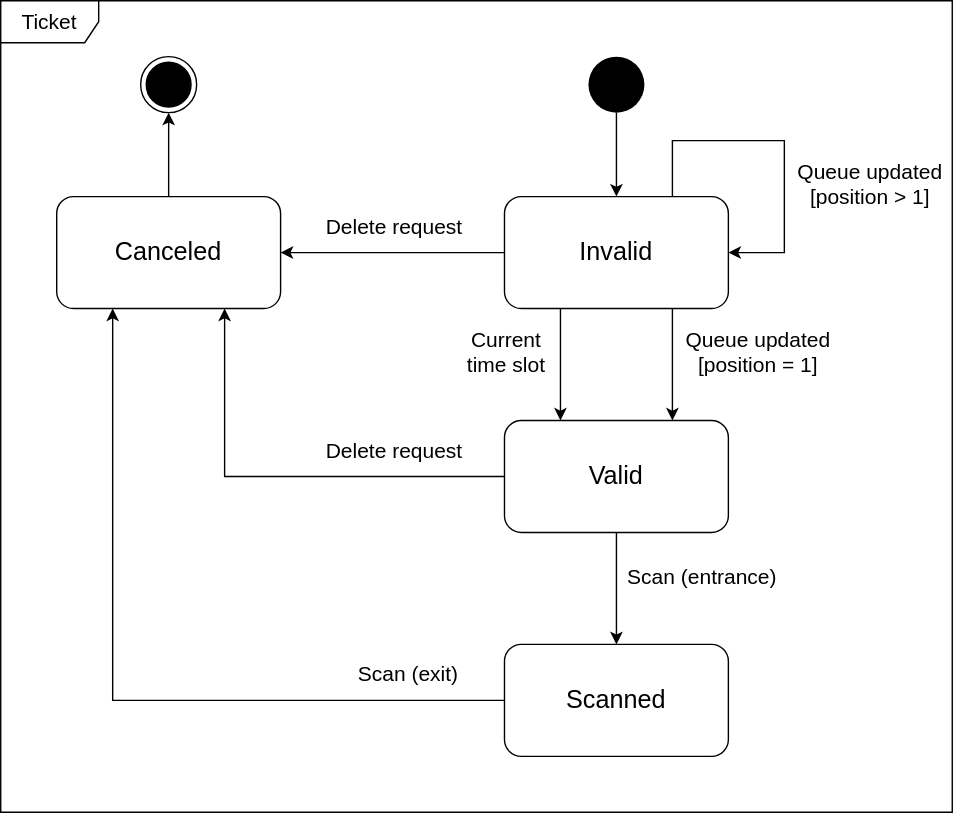
The draw.io diagram assets/state_diagrams/ticket_state.svg in ferrohd/CLup, before a commit. Source tidied: cells renumbered, new cells last; positions are measured from the earlier drawing's top-left corner, leaving out a move shared by most shapes. Source of this version:
```xml
<mxGraphModel>
  <root>
    <mxCell id="0" />
    <mxCell id="1" parent="0" />
    <mxCell id="2" value="Ticket" style="shape=umlFrame;whiteSpace=wrap;html=1;fontSize=15;width=70;height=30;" parent="1" vertex="1">
      <mxGeometry width="680" height="580" as="geometry" />
    </mxCell>
    <mxCell id="3" style="edgeStyle=orthogonalEdgeStyle;rounded=0;jettySize=auto;html=1;exitX=0.5;exitY=1;exitDx=0;exitDy=0;entryX=0.5;entryY=0;entryDx=0;entryDy=0;" parent="1" edge="1" source="4" target="11">
      <mxGeometry relative="1" as="geometry" />
    </mxCell>
    <mxCell id="4" style="ellipse;fillColor=#000000;strokeColor=none;fontSize=15;" parent="1" vertex="1">
      <mxGeometry x="420" y="40" width="40" height="40" as="geometry" />
    </mxCell>
    <mxCell id="5" style="edgeStyle=orthogonalEdgeStyle;rounded=0;jettySize=auto;html=1;exitX=0;exitY=0.5;exitDx=0;exitDy=0;entryX=1;entryY=0.5;entryDx=0;entryDy=0;" parent="1" edge="1" source="11" target="20">
      <mxGeometry relative="1" as="geometry" />
    </mxCell>
    <mxCell id="6" value="Delete request" style="edgeLabel;html=1;align=center;verticalAlign=middle;fontSize=15;" parent="5" vertex="1">
      <mxGeometry x="-0.33" relative="1" as="geometry">
        <mxPoint x="-26" y="-20" as="offset" />
      </mxGeometry>
    </mxCell>
    <mxCell id="7" style="edgeStyle=orthogonalEdgeStyle;rounded=0;jettySize=auto;html=1;exitX=0.25;exitY=1;exitDx=0;exitDy=0;entryX=0.25;entryY=0;entryDx=0;entryDy=0;" parent="1" edge="1" source="11" target="15">
      <mxGeometry relative="1" as="geometry" />
    </mxCell>
    <mxCell id="8" value="Current&lt;br&gt;time slot" style="edgeLabel;html=1;align=center;verticalAlign=middle;fontSize=15;" parent="7" vertex="1">
      <mxGeometry x="-0.33" y="-3" relative="1" as="geometry">
        <mxPoint x="-37" y="3" as="offset" />
      </mxGeometry>
    </mxCell>
    <mxCell id="9" style="edgeStyle=orthogonalEdgeStyle;rounded=0;jettySize=auto;html=1;exitX=0.75;exitY=1;exitDx=0;exitDy=0;entryX=0.75;entryY=0;entryDx=0;entryDy=0;" parent="1" edge="1" source="11" target="15">
      <mxGeometry relative="1" as="geometry" />
    </mxCell>
    <mxCell id="10" value="Queue updated&lt;br style=&quot;font-size: 15px;&quot;&gt;[position = 1]" style="edgeLabel;html=1;align=center;verticalAlign=middle;fontSize=15;" parent="9" vertex="1">
      <mxGeometry x="-0.42" y="2" relative="1" as="geometry">
        <mxPoint x="58" y="7" as="offset" />
      </mxGeometry>
    </mxCell>
    <mxCell id="11" value="Invalid" style="rounded=1;whiteSpace=wrap;html=1;fontSize=18;" parent="1" vertex="1">
      <mxGeometry x="360" y="140" width="160" height="80" as="geometry" />
    </mxCell>
    <mxCell id="12" style="edgeStyle=orthogonalEdgeStyle;rounded=0;jettySize=auto;html=1;exitX=0.5;exitY=1;exitDx=0;exitDy=0;entryX=0.5;entryY=0;entryDx=0;entryDy=0;" parent="1" edge="1" source="15" target="18">
      <mxGeometry relative="1" as="geometry" />
    </mxCell>
    <mxCell id="13" value="Scan (entrance)" style="edgeLabel;html=1;align=center;verticalAlign=middle;fontSize=15;" parent="12" vertex="1">
      <mxGeometry x="-0.11" y="5" relative="1" as="geometry">
        <mxPoint x="55" y="-6" as="offset" />
      </mxGeometry>
    </mxCell>
    <mxCell id="14" style="edgeStyle=orthogonalEdgeStyle;rounded=0;jettySize=auto;html=1;exitX=0;exitY=0.5;exitDx=0;exitDy=0;entryX=0.75;entryY=1;entryDx=0;entryDy=0;" parent="1" edge="1" source="15" target="20">
      <mxGeometry relative="1" as="geometry" />
    </mxCell>
    <mxCell id="15" value="Valid" style="rounded=1;whiteSpace=wrap;html=1;fontSize=18;" parent="1" vertex="1">
      <mxGeometry x="360" y="300" width="160" height="80" as="geometry" />
    </mxCell>
    <mxCell id="16" style="edgeStyle=orthogonalEdgeStyle;rounded=0;jettySize=auto;html=1;exitX=0;exitY=0.5;exitDx=0;exitDy=0;entryX=0.25;entryY=1;entryDx=0;entryDy=0;" parent="1" edge="1" source="18" target="20">
      <mxGeometry relative="1" as="geometry">
        <Array as="points">
          <mxPoint x="80" y="500" />
        </Array>
      </mxGeometry>
    </mxCell>
    <mxCell id="17" value="Scan (exit)" style="edgeLabel;html=1;align=center;verticalAlign=middle;fontSize=15;" parent="16" vertex="1">
      <mxGeometry x="0.43" y="2" relative="1" as="geometry">
        <mxPoint x="212" y="101" as="offset" />
      </mxGeometry>
    </mxCell>
    <mxCell id="18" value="Scanned" style="rounded=1;whiteSpace=wrap;html=1;fontSize=18;" parent="1" vertex="1">
      <mxGeometry x="360" y="460" width="160" height="80" as="geometry" />
    </mxCell>
    <mxCell id="19" style="edgeStyle=orthogonalEdgeStyle;rounded=0;jettySize=auto;html=1;exitX=0.5;exitY=0;exitDx=0;exitDy=0;" parent="1" edge="1" source="20" target="21">
      <mxGeometry relative="1" as="geometry" />
    </mxCell>
    <mxCell id="20" value="Canceled" style="rounded=1;whiteSpace=wrap;html=1;fontSize=18;" parent="1" vertex="1">
      <mxGeometry x="40" y="140" width="160" height="80" as="geometry" />
    </mxCell>
    <mxCell id="21" style="ellipse;html=1;shape=endState;fillColor=#000000;strokeColor=#000000;" parent="1" vertex="1">
      <mxGeometry x="100" y="40" width="40" height="40" as="geometry" />
    </mxCell>
    <mxCell id="22" style="edgeStyle=orthogonalEdgeStyle;rounded=0;orthogonalLoop=1;jettySize=auto;html=1;exitX=0.75;exitY=0;exitDx=0;exitDy=0;entryX=1;entryY=0.5;entryDx=0;entryDy=0;" parent="1" edge="1" source="11" target="11">
      <mxGeometry relative="1" as="geometry">
        <Array as="points">
          <mxPoint x="480" y="100" />
          <mxPoint x="560" y="100" />
          <mxPoint x="560" y="180" />
        </Array>
      </mxGeometry>
    </mxCell>
    <mxCell id="23" value="Queue updated&lt;br style=&quot;font-size: 15px;&quot;&gt;[position &amp;gt; 1]" style="edgeLabel;html=1;align=center;verticalAlign=middle;fontSize=15;" parent="22" vertex="1">
      <mxGeometry x="0.17" y="1" relative="1" as="geometry">
        <mxPoint x="59" y="9" as="offset" />
      </mxGeometry>
    </mxCell>
    <mxCell id="24" value="Delete request" style="edgeLabel;html=1;align=center;verticalAlign=middle;fontSize=15;" parent="1" vertex="1">
      <mxGeometry x="280" y="320" as="geometry" />
    </mxCell>
  </root>
</mxGraphModel>
```
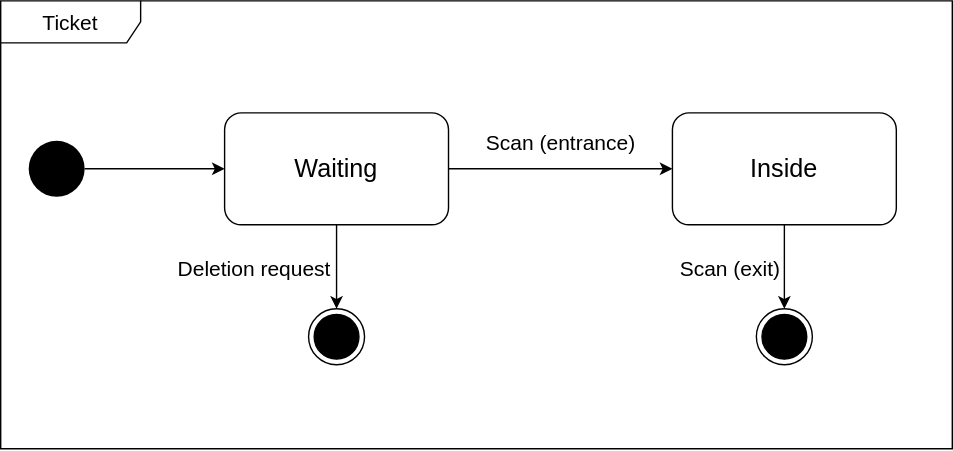
Later version of the same file.

Commit message:
Edited scenarios and ticket state chart, added alloy code in assets

What changed in the source:
```diff
@@ -2,96 +2,48 @@
   <root>
     <mxCell id="0" />
     <mxCell id="1" parent="0" />
-    <mxCell id="2" value="Ticket" style="shape=umlFrame;whiteSpace=wrap;html=1;fontSize=15;width=70;height=30;" parent="1" vertex="1">
-      <mxGeometry width="680" height="580" as="geometry" />
+    <mxCell id="2" value="Ticket" style="shape=umlFrame;whiteSpace=wrap;html=1;fontSize=15;width=100;height=30;" parent="1" vertex="1">
+      <mxGeometry width="680" height="320" as="geometry" />
     </mxCell>
-    <mxCell id="3" style="edgeStyle=orthogonalEdgeStyle;rounded=0;jettySize=auto;html=1;exitX=0.5;exitY=1;exitDx=0;exitDy=0;entryX=0.5;entryY=0;entryDx=0;entryDy=0;" parent="1" edge="1" source="4" target="11">
-      <mxGeometry relative="1" as="geometry" />
-    </mxCell>
-    <mxCell id="4" style="ellipse;fillColor=#000000;strokeColor=none;fontSize=15;" parent="1" vertex="1">
-      <mxGeometry x="420" y="40" width="40" height="40" as="geometry" />
-    </mxCell>
-    <mxCell id="5" style="edgeStyle=orthogonalEdgeStyle;rounded=0;jettySize=auto;html=1;exitX=0;exitY=0.5;exitDx=0;exitDy=0;entryX=1;entryY=0.5;entryDx=0;entryDy=0;" parent="1" edge="1" source="11" target="20">
-      <mxGeometry relative="1" as="geometry" />
-    </mxCell>
-    <mxCell id="6" value="Delete request" style="edgeLabel;html=1;align=center;verticalAlign=middle;fontSize=15;" parent="5" vertex="1">
-      <mxGeometry x="-0.33" relative="1" as="geometry">
-        <mxPoint x="-26" y="-20" as="offset" />
-      </mxGeometry>
-    </mxCell>
-    <mxCell id="7" style="edgeStyle=orthogonalEdgeStyle;rounded=0;jettySize=auto;html=1;exitX=0.25;exitY=1;exitDx=0;exitDy=0;entryX=0.25;entryY=0;entryDx=0;entryDy=0;" parent="1" edge="1" source="11" target="15">
-      <mxGeometry relative="1" as="geometry" />
-    </mxCell>
-    <mxCell id="8" value="Current&lt;br&gt;time slot" style="edgeLabel;html=1;align=center;verticalAlign=middle;fontSize=15;" parent="7" vertex="1">
-      <mxGeometry x="-0.33" y="-3" relative="1" as="geometry">
-        <mxPoint x="-37" y="3" as="offset" />
-      </mxGeometry>
-    </mxCell>
-    <mxCell id="9" style="edgeStyle=orthogonalEdgeStyle;rounded=0;jettySize=auto;html=1;exitX=0.75;exitY=1;exitDx=0;exitDy=0;entryX=0.75;entryY=0;entryDx=0;entryDy=0;" parent="1" edge="1" source="11" target="15">
-      <mxGeometry relative="1" as="geometry" />
-    </mxCell>
-    <mxCell id="10" value="Queue updated&lt;br style=&quot;font-size: 15px;&quot;&gt;[position = 1]" style="edgeLabel;html=1;align=center;verticalAlign=middle;fontSize=15;" parent="9" vertex="1">
-      <mxGeometry x="-0.42" y="2" relative="1" as="geometry">
-        <mxPoint x="58" y="7" as="offset" />
-      </mxGeometry>
-    </mxCell>
-    <mxCell id="11" value="Invalid" style="rounded=1;whiteSpace=wrap;html=1;fontSize=18;" parent="1" vertex="1">
-      <mxGeometry x="360" y="140" width="160" height="80" as="geometry" />
-    </mxCell>
-    <mxCell id="12" style="edgeStyle=orthogonalEdgeStyle;rounded=0;jettySize=auto;html=1;exitX=0.5;exitY=1;exitDx=0;exitDy=0;entryX=0.5;entryY=0;entryDx=0;entryDy=0;" parent="1" edge="1" source="15" target="18">
-      <mxGeometry relative="1" as="geometry" />
-    </mxCell>
+    <mxCell id="25" style="edgeStyle=orthogonalEdgeStyle;rounded=0;jettySize=auto;html=1;exitX=1;exitY=0.5;exitDx=0;exitDy=0;entryX=0;entryY=0.5;entryDx=0;entryDy=0;fontSize=15;" parent="1" edge="1" source="27" target="28">
+      <mxGeometry relative="1" as="geometry" />
+    </mxCell>
-    <mxCell id="13" value="Scan (entrance)" style="edgeLabel;html=1;align=center;verticalAlign=middle;fontSize=15;" parent="12" vertex="1">
-      <mxGeometry x="-0.11" y="5" relative="1" as="geometry">
-        <mxPoint x="55" y="-6" as="offset" />
+    <mxCell id="13" value="Scan (entrance)" style="edgeLabel;html=1;align=center;verticalAlign=middle;fontSize=15;" parent="25" vertex="1">
+      <mxGeometry x="-0.19" y="-1" relative="1" as="geometry">
+        <mxPoint x="15.2" y="-21" as="offset" />
       </mxGeometry>
     </mxCell>
-    <mxCell id="14" style="edgeStyle=orthogonalEdgeStyle;rounded=0;jettySize=auto;html=1;exitX=0;exitY=0.5;exitDx=0;exitDy=0;entryX=0.75;entryY=1;entryDx=0;entryDy=0;" parent="1" edge="1" source="15" target="20">
-      <mxGeometry relative="1" as="geometry" />
-    </mxCell>
-    <mxCell id="15" value="Valid" style="rounded=1;whiteSpace=wrap;html=1;fontSize=18;" parent="1" vertex="1">
-      <mxGeometry x="360" y="300" width="160" height="80" as="geometry" />
-    </mxCell>
-    <mxCell id="16" style="edgeStyle=orthogonalEdgeStyle;rounded=0;jettySize=auto;html=1;exitX=0;exitY=0.5;exitDx=0;exitDy=0;entryX=0.25;entryY=1;entryDx=0;entryDy=0;" parent="1" edge="1" source="18" target="20">
-      <mxGeometry relative="1" as="geometry">
-        <Array as="points">
-          <mxPoint x="80" y="500" />
-        </Array>
-      </mxGeometry>
-    </mxCell>
+    <mxCell id="26" style="edgeStyle=orthogonalEdgeStyle;rounded=0;jettySize=auto;html=1;exitX=0.5;exitY=1;exitDx=0;exitDy=0;entryX=0.5;entryY=0;entryDx=0;entryDy=0;" parent="1" edge="1" source="27" target="31">
+      <mxGeometry y="60" relative="1" as="geometry" />
+    </mxCell>
+    <mxCell id="27" value="Waiting" style="rounded=1;whiteSpace=wrap;html=1;fontSize=18;" parent="1" vertex="1">
+      <mxGeometry x="160" y="80" width="160" height="80" as="geometry" />
+    </mxCell>
+    <mxCell id="28" value="Inside" style="rounded=1;whiteSpace=wrap;html=1;fontSize=18;" parent="1" vertex="1">
+      <mxGeometry x="480" y="80" width="160" height="80" as="geometry" />
+    </mxCell>
+    <mxCell id="29" style="edgeStyle=orthogonalEdgeStyle;rounded=0;jettySize=auto;html=1;entryX=0;entryY=0.5;entryDx=0;entryDy=0;fontSize=15;" parent="1" edge="1" source="30" target="27">
+      <mxGeometry relative="1" as="geometry" />
+    </mxCell>
+    <mxCell id="30" style="ellipse;fillColor=#000000;strokeColor=none;fontSize=15;" parent="1" vertex="1">
+      <mxGeometry x="20" y="100" width="40" height="40" as="geometry" />
+    </mxCell>
+    <mxCell id="31" style="ellipse;html=1;shape=endState;fillColor=#000000;strokeColor=#000000;" parent="1" vertex="1">
+      <mxGeometry x="220" y="220" width="40" height="40" as="geometry" />
+    </mxCell>
+    <mxCell id="32" style="edgeStyle=orthogonalEdgeStyle;rounded=0;jettySize=auto;html=1;exitX=0.5;exitY=1;exitDx=0;exitDy=0;entryX=0.5;entryY=0;entryDx=0;entryDy=0;" parent="1" edge="1" target="33">
+      <mxGeometry relative="1" as="geometry">
+        <mxPoint x="560" y="160" as="sourcePoint" />
+      </mxGeometry>
+    </mxCell>
+    <mxCell id="33" style="ellipse;html=1;shape=endState;fillColor=#000000;strokeColor=#000000;" parent="1" vertex="1">
+      <mxGeometry x="540" y="220" width="40" height="40" as="geometry" />
+    </mxCell>
+    <mxCell id="34" value="Deletion request" style="edgeLabel;html=1;align=center;verticalAlign=middle;fontSize=15;" parent="1" vertex="1">
+      <mxGeometry x="180" y="190" as="geometry" />
+    </mxCell>
-    <mxCell id="17" value="Scan (exit)" style="edgeLabel;html=1;align=center;verticalAlign=middle;fontSize=15;" parent="16" vertex="1">
-      <mxGeometry x="0.43" y="2" relative="1" as="geometry">
-        <mxPoint x="212" y="101" as="offset" />
-      </mxGeometry>
+    <mxCell id="17" value="Scan (exit)" style="edgeLabel;html=1;align=center;verticalAlign=middle;fontSize=15;" parent="1" vertex="1">
+      <mxGeometry x="520" y="190" as="geometry" />
     </mxCell>
-    <mxCell id="18" value="Scanned" style="rounded=1;whiteSpace=wrap;html=1;fontSize=18;" parent="1" vertex="1">
-      <mxGeometry x="360" y="460" width="160" height="80" as="geometry" />
-    </mxCell>
-    <mxCell id="19" style="edgeStyle=orthogonalEdgeStyle;rounded=0;jettySize=auto;html=1;exitX=0.5;exitY=0;exitDx=0;exitDy=0;" parent="1" edge="1" source="20" target="21">
-      <mxGeometry relative="1" as="geometry" />
-    </mxCell>
-    <mxCell id="20" value="Canceled" style="rounded=1;whiteSpace=wrap;html=1;fontSize=18;" parent="1" vertex="1">
-      <mxGeometry x="40" y="140" width="160" height="80" as="geometry" />
-    </mxCell>
-    <mxCell id="21" style="ellipse;html=1;shape=endState;fillColor=#000000;strokeColor=#000000;" parent="1" vertex="1">
-      <mxGeometry x="100" y="40" width="40" height="40" as="geometry" />
-    </mxCell>
-    <mxCell id="22" style="edgeStyle=orthogonalEdgeStyle;rounded=0;orthogonalLoop=1;jettySize=auto;html=1;exitX=0.75;exitY=0;exitDx=0;exitDy=0;entryX=1;entryY=0.5;entryDx=0;entryDy=0;" parent="1" edge="1" source="11" target="11">
-      <mxGeometry relative="1" as="geometry">
-        <Array as="points">
-          <mxPoint x="480" y="100" />
-          <mxPoint x="560" y="100" />
-          <mxPoint x="560" y="180" />
-        </Array>
-      </mxGeometry>
-    </mxCell>
-    <mxCell id="23" value="Queue updated&lt;br style=&quot;font-size: 15px;&quot;&gt;[position &amp;gt; 1]" style="edgeLabel;html=1;align=center;verticalAlign=middle;fontSize=15;" parent="22" vertex="1">
-      <mxGeometry x="0.17" y="1" relative="1" as="geometry">
-        <mxPoint x="59" y="9" as="offset" />
-      </mxGeometry>
-    </mxCell>
-    <mxCell id="24" value="Delete request" style="edgeLabel;html=1;align=center;verticalAlign=middle;fontSize=15;" parent="1" vertex="1">
-      <mxGeometry x="280" y="320" as="geometry" />
-    </mxCell>
   </root>
 </mxGraphModel>
```
